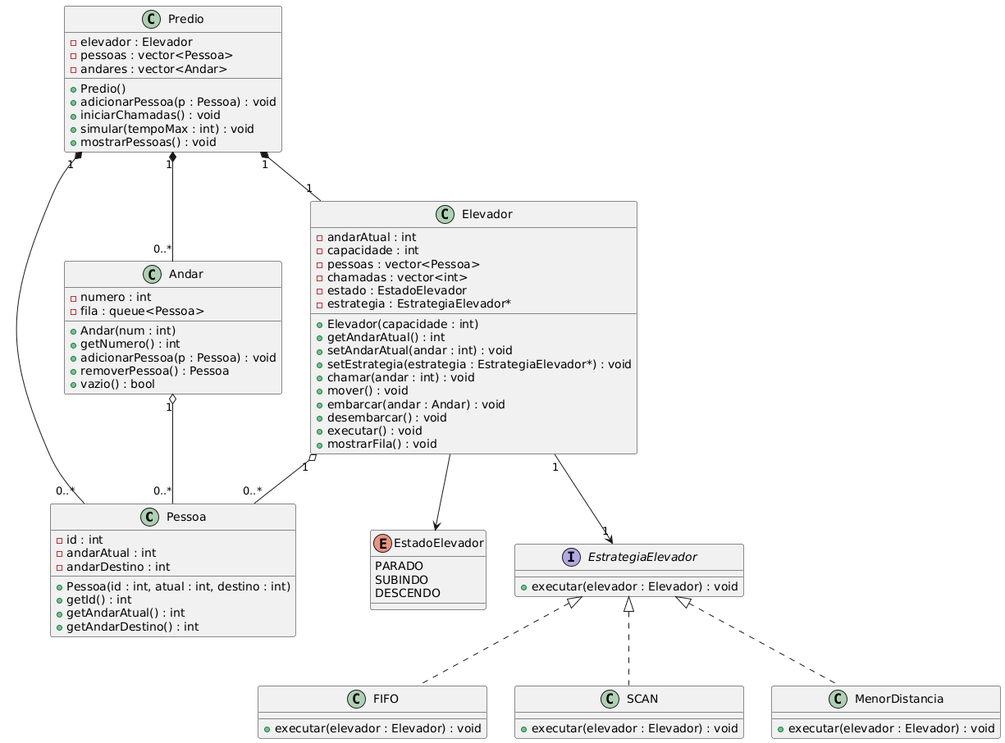
This is diagrama.png from MariaOdorizzi/Elevador, a PlantUML export, as it was before one commit. The source it was exported from:
```plantuml
@startuml
class Pessoa {
    - id : int
    - andarAtual : int
    - andarDestino : int

    + Pessoa(id : int, atual : int, destino : int)
    + getId() : int
    + getAndarAtual() : int
    + getAndarDestino() : int
}

class Andar {
    - numero : int
    - fila : queue<Pessoa>

    + Andar(num : int)
    + getNumero() : int
    + adicionarPessoa(p : Pessoa) : void
    + removerPessoa() : Pessoa
    + vazio() : bool
}

class Elevador {
    - andarAtual : int
    - capacidade : int
    - pessoas : vector<Pessoa>
    - chamadas : vector<int>
    - estado : EstadoElevador
    - estrategia : EstrategiaElevador*

    + Elevador(capacidade : int)
    + getAndarAtual() : int
    + setAndarAtual(andar : int) : void
    + setEstrategia(estrategia : EstrategiaElevador*) : void
    + chamar(andar : int) : void
    + mover() : void
    + embarcar(andar : Andar) : void
    + desembarcar() : void
    + executar() : void
    + mostrarFila() : void
}

enum EstadoElevador {
    PARADO
    SUBINDO
    DESCENDO
}

interface EstrategiaElevador {
    + executar(elevador : Elevador) : void
}

class FIFO {
    + executar(elevador : Elevador) : void
}

class SCAN {
    + executar(elevador : Elevador) : void
}

class MenorDistancia {
    + executar(elevador : Elevador) : void
}

class Predio {
    - elevador : Elevador
    - pessoas : vector<Pessoa>
    - andares : vector<Andar>

    + Predio()
    + adicionarPessoa(p : Pessoa) : void
    + iniciarChamadas() : void
    + simular(tempoMax : int) : void
    + mostrarPessoas() : void
}

Predio "1" *-- "1" Elevador
Predio "1" *-- "0..*" Andar
Predio "1" *-- "0..*" Pessoa

Andar "1" o-- "0..*" Pessoa
Elevador "1" o-- "0..*" Pessoa

Elevador "1" --> "1" EstrategiaElevador
EstrategiaElevador <|.. FIFO
EstrategiaElevador <|.. SCAN
EstrategiaElevador <|.. MenorDistancia

Elevador --> EstadoElevador
@enduml
```
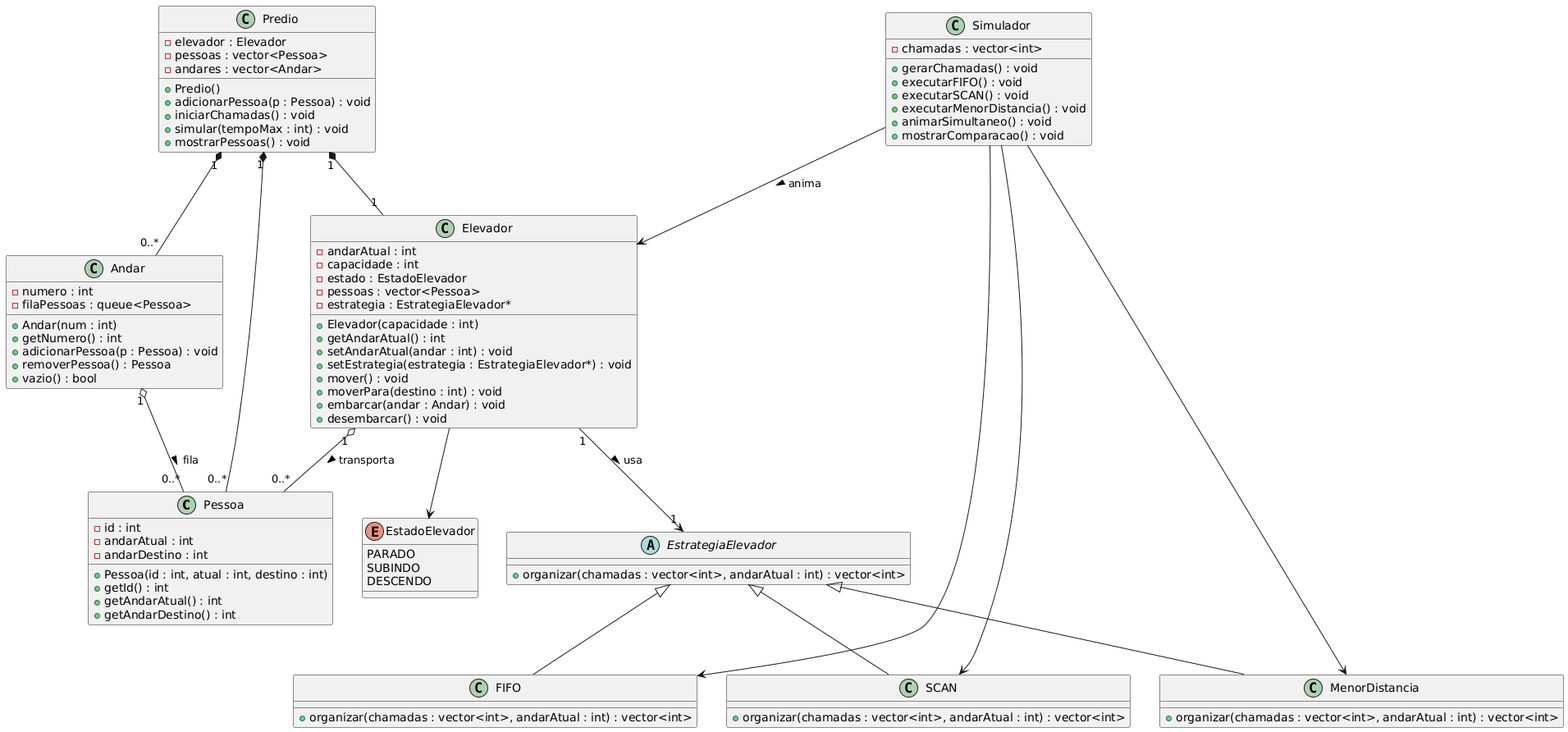
After the commit.

Change to the diagram source:
```diff
@@ -12,7 +12,7 @@
 
 class Andar {
     - numero : int
-    - fila : queue<Pessoa>
+    - filaPessoas : queue<Pessoa>
 
     + Andar(num : int)
     + getNumero() : int
@@ -21,46 +21,37 @@
     + vazio() : bool
 }
 
+abstract class EstrategiaElevador {
+    + organizar(chamadas : vector<int>, andarAtual : int) : vector<int>
+}
+
+class FIFO {
+    + organizar(chamadas : vector<int>, andarAtual : int) : vector<int>
+}
+
+class SCAN {
+    + organizar(chamadas : vector<int>, andarAtual : int) : vector<int>
+}
+
+class MenorDistancia {
+    + organizar(chamadas : vector<int>, andarAtual : int) : vector<int>
+}
+
 class Elevador {
     - andarAtual : int
     - capacidade : int
+    - estado : EstadoElevador
     - pessoas : vector<Pessoa>
-    - chamadas : vector<int>
-    - estado : EstadoElevador
     - estrategia : EstrategiaElevador*
 
     + Elevador(capacidade : int)
     + getAndarAtual() : int
     + setAndarAtual(andar : int) : void
     + setEstrategia(estrategia : EstrategiaElevador*) : void
-    + chamar(andar : int) : void
     + mover() : void
+    + moverPara(destino : int) : void
     + embarcar(andar : Andar) : void
     + desembarcar() : void
-    + executar() : void
-    + mostrarFila() : void
-}
-
-enum EstadoElevador {
-    PARADO
-    SUBINDO
-    DESCENDO
-}
-
-interface EstrategiaElevador {
-    + executar(elevador : Elevador) : void
-}
-
-class FIFO {
-    + executar(elevador : Elevador) : void
-}
-
-class SCAN {
-    + executar(elevador : Elevador) : void
-}
-
-class MenorDistancia {
-    + executar(elevador : Elevador) : void
 }
 
 class Predio {
@@ -75,17 +66,39 @@
     + mostrarPessoas() : void
 }
 
+class Simulador {
+    - chamadas : vector<int>
+
+    + gerarChamadas() : void
+    + executarFIFO() : void
+    + executarSCAN() : void
+    + executarMenorDistancia() : void
+    + animarSimultaneo() : void
+    + mostrarComparacao() : void
+}
+
+enum EstadoElevador {
+    PARADO
+    SUBINDO
+    DESCENDO
+}
+
+EstrategiaElevador <|-- FIFO
+EstrategiaElevador <|-- SCAN
+EstrategiaElevador <|-- MenorDistancia
+
 Predio "1" *-- "1" Elevador
 Predio "1" *-- "0..*" Andar
 Predio "1" *-- "0..*" Pessoa
 
-Andar "1" o-- "0..*" Pessoa
-Elevador "1" o-- "0..*" Pessoa
+Andar "1" o-- "0..*" Pessoa : fila >
+Elevador "1" o-- "0..*" Pessoa : transporta >
+Elevador "1" --> "1" EstrategiaElevador : usa >
 
-Elevador "1" --> "1" EstrategiaElevador
-EstrategiaElevador <|.. FIFO
-EstrategiaElevador <|.. SCAN
-EstrategiaElevador <|.. MenorDistancia
+Simulador --> FIFO
+Simulador --> SCAN
+Simulador --> MenorDistancia
+Simulador --> Elevador : anima >
 
 Elevador --> EstadoElevador
 @enduml
```
